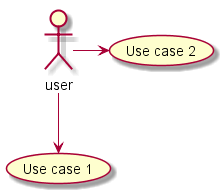
Before: PlantUML/usecase-diagram/uc.8_arrow1.png, a diagram exported from PlantUML (izumisan/cheatsheet). The source it was exported from:
```plantuml
@startuml uc.8_arrow1
:user: --> (Use case 1)
:user: -> (Use case 2)
@enduml
```
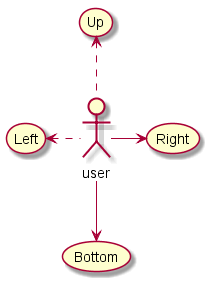
After the change.

The edit, as a diff of the source:
```diff
@@ -1,4 +1,6 @@
 @startuml uc.8_arrow1
-:user: --> (Use case 1)
-:user: -> (Use case 2)
+:user: --> (Bottom)
+:user: -> (Right)
+(Up) <.. :user:
+(Left) <. :user:
 @enduml
```
